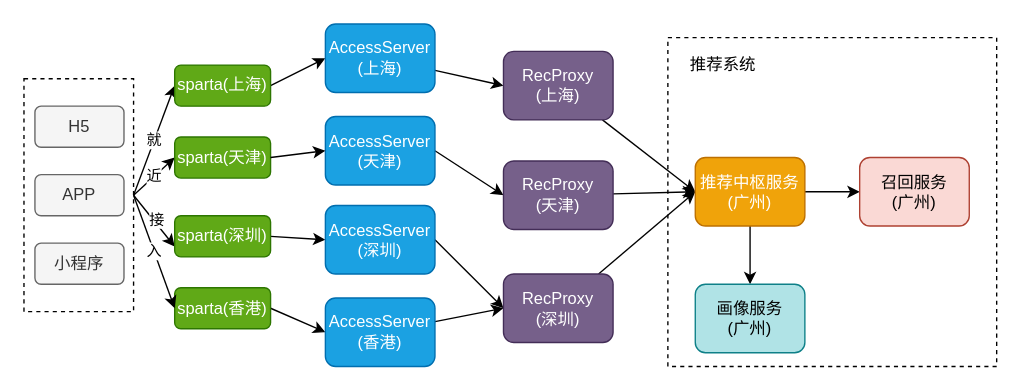
This is yidian_recom1.drawio from checkking/diagrams, a draw.io file, before an edit. Source tidied: cells renumbered, new cells numbered last; positions are measured from the earlier drawing's top-left corner, leaving out a move shared by most shapes. Both pictures are drawn from the tidied source at 137%, with x=0, y=0 at pixel (23, 23). Pictures stored in the file or linked from it are replaced by grey dashed boxes.
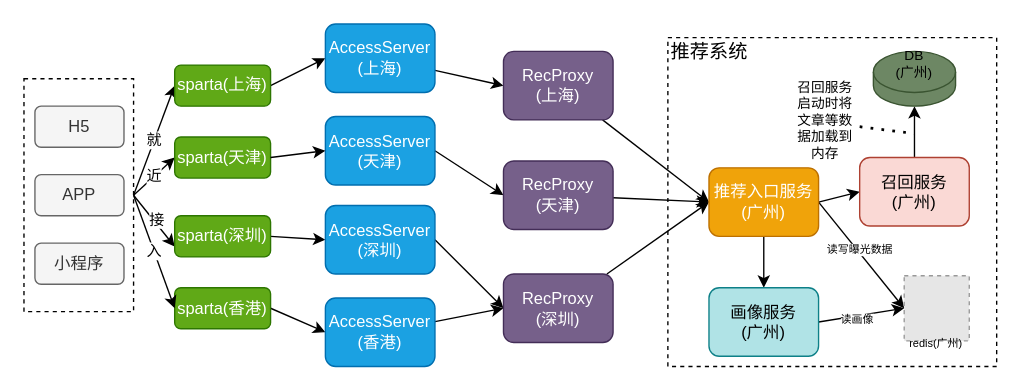
The same page after the edit.

The change refers to these unchanged cells:
```xml
<mxCell id="39" value="召回服务&lt;br&gt;(广州)" style="rounded=1;whiteSpace=wrap;html=1;fillColor=#fad9d5;strokeColor=#ae4132;" parent="1" vertex="1">
  <mxGeometry x="610" y="97.5" width="80" height="50" as="geometry" />
</mxCell>
```

Diff of the diagram source:
```diff
@@
-    <mxCell id="2" style="rounded=0;whiteSpace=wrap;html=1;dashed=1;" parent="1" vertex="1">
+    <mxCell id="2" style="rounded=0;whiteSpace=wrap;html=1;dashed=1;fontSize=10;" parent="1" vertex="1">
       <mxGeometry x="470" y="10" width="240" height="240" as="geometry" />
     </mxCell>
@@
+    <mxCell id="42" style="edgeStyle=none;rounded=0;jettySize=auto;html=1;exitX=1;exitY=0.5;exitDx=0;exitDy=0;fontSize=8;entryX=0;entryY=0.5;entryDx=0;entryDy=0;" parent="1" edge="1" source="38" target="49">
+      <mxGeometry relative="1" as="geometry" />
+    </mxCell>
+    <mxCell id="43" value="读写曝光数据" style="edgeLabel;html=1;align=center;verticalAlign=middle;fontSize=8;" parent="42" vertex="1">
+      <mxGeometry x="-0.1" y="1" relative="1" as="geometry" />
+    </mxCell>
-    <mxCell id="38" value="推荐中枢服务&lt;br&gt;(广州)" style="rounded=1;whiteSpace=wrap;html=1;fillColor=#f0a30a;strokeColor=#BD7000;fontColor=#ffffff;" parent="1" vertex="1">
-      <mxGeometry x="490" y="97.5" width="80" height="50" as="geometry" />
+    <mxCell id="38" value="推荐入口服务&lt;br&gt;(广州)" style="rounded=1;whiteSpace=wrap;html=1;fillColor=#f0a30a;strokeColor=#BD7000;fontColor=#ffffff;" parent="1" vertex="1">
+      <mxGeometry x="500" y="105" width="80" height="50" as="geometry" />
     </mxCell>
+    <mxCell id="44" style="edgeStyle=none;rounded=0;jettySize=auto;html=1;endArrow=classic;endFill=1;fontSize=10;entryX=0.5;entryY=1;entryDx=0;entryDy=0;entryPerimeter=0;" parent="1" edge="1" source="39" target="52">
+      <mxGeometry relative="1" as="geometry" />
+    </mxCell>
@@
-    <mxCell id="40" value="推荐系统" style="text;html=1;align=center;verticalAlign=middle;" parent="1" vertex="1">
-      <mxGeometry x="480" y="20" width="60" height="20" as="geometry" />
+    <mxCell id="40" value="&lt;font style=&quot;font-size: 14px&quot;&gt;推荐系统&lt;/font&gt;" style="text;html=1;align=center;verticalAlign=middle;" parent="1" vertex="1">
+      <mxGeometry x="465" y="10" width="70" height="20" as="geometry" />
     </mxCell>
+    <mxCell id="45" style="edgeStyle=none;rounded=0;jettySize=auto;html=1;exitX=1;exitY=0.5;exitDx=0;exitDy=0;fontSize=8;entryX=0;entryY=0.5;entryDx=0;entryDy=0;" parent="1" edge="1" source="41" target="49">
+      <mxGeometry relative="1" as="geometry" />
+    </mxCell>
+    <mxCell id="46" value="读画像" style="edgeLabel;html=1;align=center;verticalAlign=middle;fontSize=8;" parent="45" vertex="1">
+      <mxGeometry x="-0.13" y="-2" relative="1" as="geometry" />
+    </mxCell>
     <mxCell id="41" value="画像服务&lt;br&gt;(广州)" style="rounded=1;whiteSpace=wrap;html=1;fillColor=#b0e3e6;strokeColor=#0e8088;" parent="1" vertex="1">
-      <mxGeometry x="490" y="190" width="80" height="50" as="geometry" />
+      <mxGeometry x="500" y="192.5" width="80" height="50" as="geometry" />
     </mxCell>
+    <mxCell id="47" style="edgeStyle=none;rounded=0;orthogonalLoop=1;jettySize=auto;html=1;exitX=0.5;exitY=0;exitDx=0;exitDy=0;fontSize=8;" parent="1" edge="1">
+      <mxGeometry relative="1" as="geometry">
+        <mxPoint x="600" y="10" as="sourcePoint" />
+        <mxPoint x="600" y="10" as="targetPoint" />
+      </mxGeometry>
+    </mxCell>
+    <mxCell id="48" style="edgeStyle=none;rounded=0;orthogonalLoop=1;jettySize=auto;html=1;exitX=0.5;exitY=0;exitDx=0;exitDy=0;fontSize=8;" parent="1" edge="1">
+      <mxGeometry relative="1" as="geometry">
+        <mxPoint x="600" y="10" as="sourcePoint" />
+        <mxPoint x="600" y="10" as="targetPoint" />
+      </mxGeometry>
+    </mxCell>
+    <mxCell id="49" style="fillColor=#E6E6E6;strokeColor=#999999;dashed=1;verticalLabelPosition=bottom;labelBackgroundColor=#ffffff;verticalAlign=top;" parent="1" vertex="1">
+      <mxGeometry x="642.5" y="183.8" width="47.5" height="47.5" as="geometry" />
+    </mxCell>
+    <mxCell id="50" value="redis(广州)" style="text;html=1;strokeColor=none;fillColor=none;align=center;verticalAlign=middle;whiteSpace=wrap;rounded=0;dashed=1;fontSize=8;" parent="1" vertex="1">
+      <mxGeometry x="634.4" y="222.5" width="63.8" height="20" as="geometry" />
+    </mxCell>
+    <mxCell id="51" style="edgeStyle=none;rounded=0;orthogonalLoop=1;jettySize=auto;html=1;entryX=0;entryY=0.5;entryDx=0;entryDy=0;fontSize=8;" parent="1" edge="1" source="49" target="49">
+      <mxGeometry relative="1" as="geometry" />
+    </mxCell>
+    <mxCell id="52" style="shape=cylinder3;whiteSpace=wrap;html=1;boundedLbl=1;backgroundOutline=1;size=15;rounded=1;fontSize=8;fillColor=#6d8764;strokeColor=#3A5431;fontColor=#ffffff;" parent="1" vertex="1">
+      <mxGeometry x="620" y="20" width="60" height="40" as="geometry" />
+    </mxCell>
+    <mxCell id="53" value="&lt;font style=&quot;font-size: 10px&quot;&gt;DB&lt;br style=&quot;font-size: 10px&quot;&gt;(广州)&lt;/font&gt;" style="text;html=1;strokeColor=none;fillColor=none;align=center;verticalAlign=middle;whiteSpace=wrap;rounded=0;dashed=1;fontSize=8;" parent="1" vertex="1">
+      <mxGeometry x="630" y="18" width="40" height="22" as="geometry" />
+    </mxCell>
+    <mxCell id="54" value="召回服务启动时将文章等数据加载到内存" style="text;html=1;strokeColor=none;fillColor=none;align=center;verticalAlign=middle;whiteSpace=wrap;rounded=0;fontSize=10;" parent="1" vertex="1">
+      <mxGeometry x="560" y="60" width="50" height="20" as="geometry" />
+    </mxCell>
+    <mxCell id="55" style="endArrow=none;dashed=1;html=1;dashPattern=1 3;strokeWidth=2;fontSize=10;exitX=1;exitY=0.75;exitDx=0;exitDy=0;" parent="1" edge="1" source="54">
+      <mxGeometry relative="1" as="geometry">
+        <mxPoint x="650" y="80" as="targetPoint" />
+      </mxGeometry>
+    </mxCell>
```
